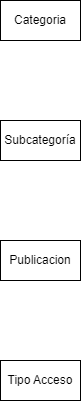
The draw.io diagram ModeloDeDominio.drawio.png in Seletex/DOO-Hola-Personal, before a commit. Source tidied: cells renumbered, new cells last; positions are measured from the earlier drawing's top-left corner, leaving out a move shared by most shapes.
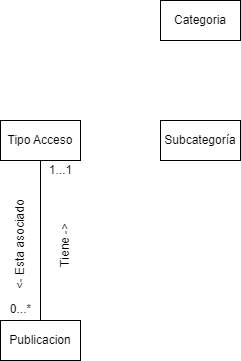
After the commit.

Diff of the diagram source:
```diff
@@ -2,8 +2,11 @@
   <root>
     <mxCell id="0" />
     <mxCell id="1" parent="0" />
+    <mxCell id="6" style="edgeStyle=orthogonalEdgeStyle;rounded=0;jettySize=auto;html=1;entryX=0.5;entryY=0;entryDx=0;entryDy=0;endArrow=none;endFill=0;" parent="1" edge="1" source="2" target="5">
+      <mxGeometry relative="1" as="geometry" />
+    </mxCell>
     <mxCell id="2" value="Tipo Acceso" style="rounded=0;whiteSpace=wrap;html=1;" parent="1" vertex="1">
-      <mxGeometry y="360" width="80" height="40" as="geometry" />
+      <mxGeometry x="-160" y="120" width="80" height="40" as="geometry" />
     </mxCell>
     <mxCell id="3" value="Categoria" style="rounded=0;whiteSpace=wrap;html=1;" parent="1" vertex="1">
       <mxGeometry width="80" height="40" as="geometry" />
@@ -12,7 +15,19 @@
       <mxGeometry y="120" width="80" height="40" as="geometry" />
     </mxCell>
     <mxCell id="5" value="Publicacion" style="rounded=0;whiteSpace=wrap;html=1;" parent="1" vertex="1">
-      <mxGeometry y="240" width="80" height="40" as="geometry" />
+      <mxGeometry x="-160" y="320" width="80" height="40" as="geometry" />
     </mxCell>
+    <mxCell id="7" value="&amp;lt;- Esta asociado" style="text;html=1;align=center;verticalAlign=middle;strokeColor=none;fillColor=none;rotation=-90;" parent="1" vertex="1">
+      <mxGeometry x="-195" y="230" width="110" height="30" as="geometry" />
+    </mxCell>
+    <mxCell id="8" value="0...*" style="text;html=1;align=center;verticalAlign=middle;strokeColor=none;fillColor=none;" parent="1" vertex="1">
+      <mxGeometry x="-160" y="294" width="40" height="30" as="geometry" />
+    </mxCell>
+    <mxCell id="9" value="Tiene -&amp;gt;" style="text;html=1;align=center;verticalAlign=middle;strokeColor=none;fillColor=none;rotation=-90;" parent="1" vertex="1">
+      <mxGeometry x="-130" y="230" width="70" height="30" as="geometry" />
+    </mxCell>
+    <mxCell id="10" value="1...1" style="text;html=1;align=center;verticalAlign=middle;strokeColor=none;fillColor=none;" parent="1" vertex="1">
+      <mxGeometry x="-125" y="155" width="50" height="30" as="geometry" />
+    </mxCell>
   </root>
 </mxGraphModel>
```
